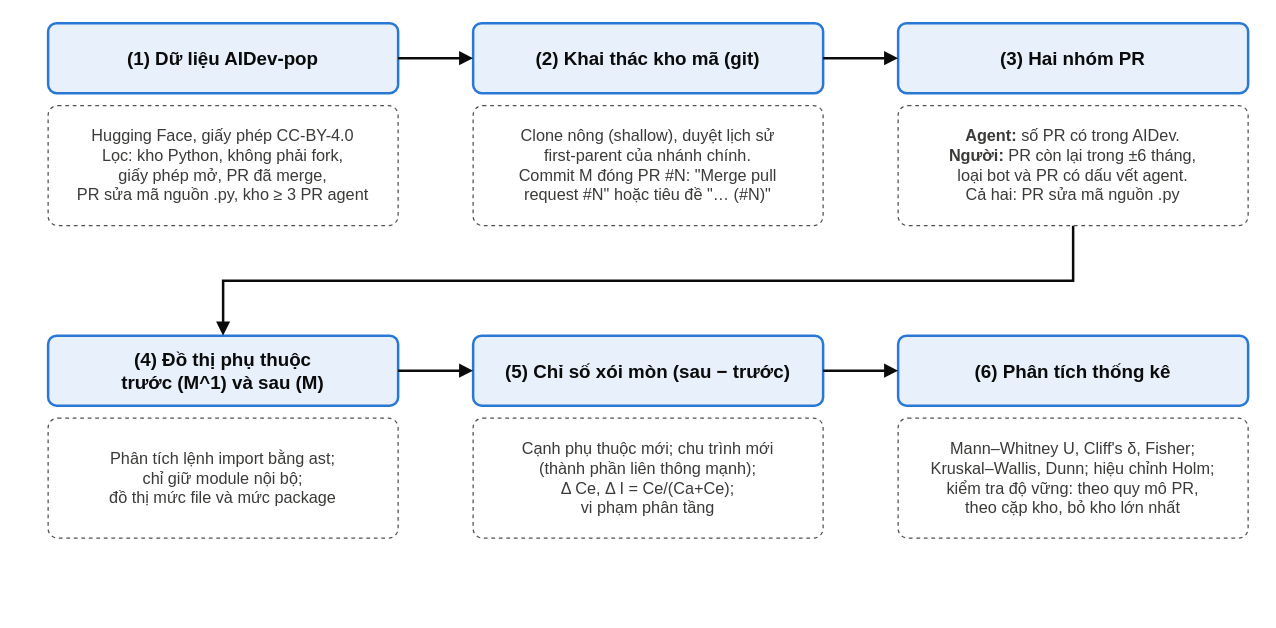
Above: results/figures/src/fig1_pipeline.drawio in Russell1817/XOI-MON-KIEN-TRUC-DO-AI-AGENT (draw.io), before the change. Source tidied: cells renumbered, new cells numbered last; positions are measured from the earlier drawing's top-left corner, leaving out a move shared by most shapes. Both pictures are drawn from the tidied source at 125%, with x=0, y=0 at pixel (48, 22).
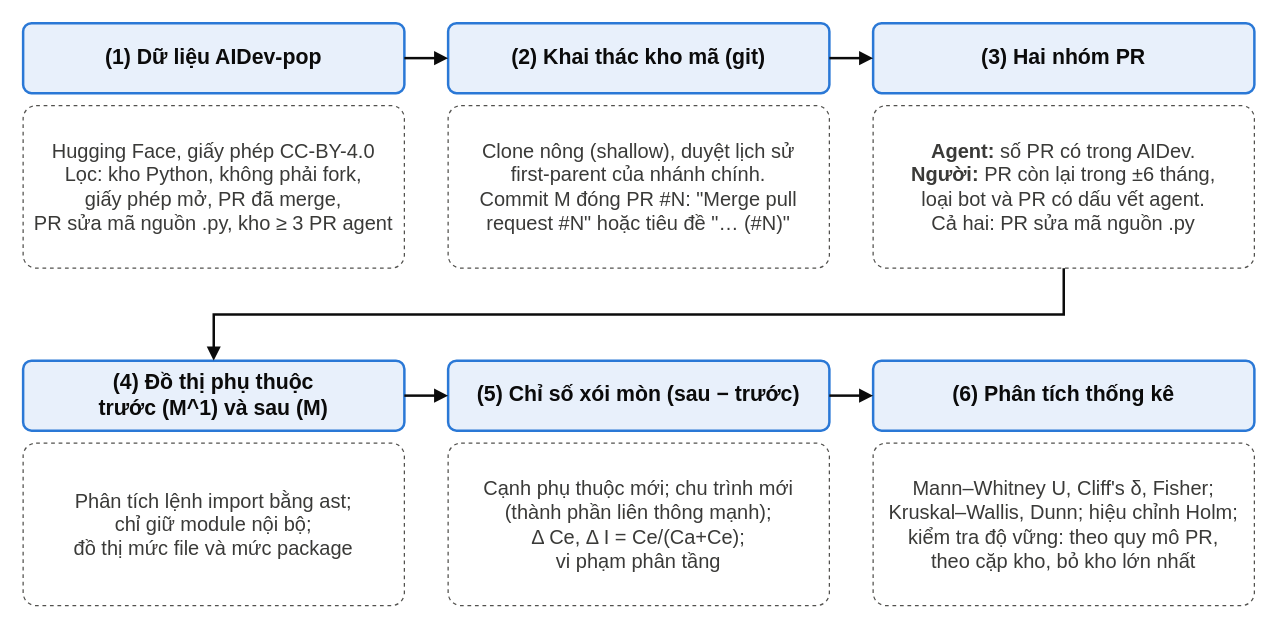
The same diagram, later.

The edit, as a diff of the source:
```diff
@@
-    <mxCell id="2" value="&lt;b&gt;(1) Dữ liệu AIDev-pop&lt;/b&gt;" style="rounded=1;whiteSpace=wrap;html=1;arcSize=12;fillColor=#E8F0FB;strokeColor=#2A78D6;strokeWidth=2;fontFamily=Arial;fontSize=15;fontColor=#0B0B0B;" parent="1" vertex="1">
-      <mxGeometry width="280" height="56" as="geometry" />
+    <mxCell id="2" value="&lt;b&gt;(1) Dữ liệu AIDev-pop&lt;/b&gt;" style="rounded=1;whiteSpace=wrap;html=1;arcSize=12;fillColor=#E8F0FB;strokeColor=#2A78D6;strokeWidth=2;fontFamily=Arial;fontSize=17;fontColor=#0B0B0B;" parent="1" vertex="1">
+      <mxGeometry x="-20" width="305" height="56" as="geometry" />
     </mxCell>
-    <mxCell id="3" value="Hugging Face, giấy phép CC-BY-4.0&lt;br&gt;Lọc: kho Python, không phải fork,&lt;br&gt;giấy phép mở, PR đã merge,&lt;br&gt;PR sửa mã nguồn .py, kho ≥ 3 PR agent" style="rounded=1;whiteSpace=wrap;html=1;arcSize=8;fillColor=#FFFFFF;strokeColor=#52514E;dashed=1;fontFamily=Arial;fontSize=13;fontColor=#3A3A38;align=center;" parent="1" vertex="1">
-      <mxGeometry y="66" width="280" height="96" as="geometry" />
+    <mxCell id="3" value="Hugging Face, giấy phép CC-BY-4.0&lt;br&gt;Lọc: kho Python, không phải fork,&lt;br&gt;giấy phép mở, PR đã merge,&lt;br&gt;PR sửa mã nguồn .py, kho ≥ 3 PR agent" style="rounded=1;whiteSpace=wrap;html=1;arcSize=8;fillColor=#FFFFFF;strokeColor=#52514E;dashed=1;fontFamily=Arial;fontSize=16;fontColor=#3A3A38;align=center;" parent="1" vertex="1">
+      <mxGeometry x="-20" y="66" width="305" height="130" as="geometry" />
     </mxCell>
-    <mxCell id="4" value="&lt;b&gt;(2) Khai thác kho mã (git)&lt;/b&gt;" style="rounded=1;whiteSpace=wrap;html=1;arcSize=12;fillColor=#E8F0FB;strokeColor=#2A78D6;strokeWidth=2;fontFamily=Arial;fontSize=15;fontColor=#0B0B0B;" parent="1" vertex="1">
-      <mxGeometry x="340" width="280" height="56" as="geometry" />
+    <mxCell id="4" value="&lt;b&gt;(2) Khai thác kho mã (git)&lt;/b&gt;" style="rounded=1;whiteSpace=wrap;html=1;arcSize=12;fillColor=#E8F0FB;strokeColor=#2A78D6;strokeWidth=2;fontFamily=Arial;fontSize=17;fontColor=#0B0B0B;" parent="1" vertex="1">
+      <mxGeometry x="320" width="305" height="56" as="geometry" />
     </mxCell>
-    <mxCell id="5" value="Clone nông (shallow), duyệt lịch sử&lt;br&gt;first-parent của nhánh chính.&lt;br&gt;Commit M đóng PR #N: &quot;Merge pull&lt;br&gt;request #N&quot; hoặc tiêu đề &quot;… (#N)&quot;" style="rounded=1;whiteSpace=wrap;html=1;arcSize=8;fillColor=#FFFFFF;strokeColor=#52514E;dashed=1;fontFamily=Arial;fontSize=13;fontColor=#3A3A38;" parent="1" vertex="1">
-      <mxGeometry x="340" y="66" width="280" height="96" as="geometry" />
+    <mxCell id="5" value="Clone nông (shallow), duyệt lịch sử&lt;br&gt;first-parent của nhánh chính.&lt;br&gt;Commit M đóng PR #N: &quot;Merge pull&lt;br&gt;request #N&quot; hoặc tiêu đề &quot;… (#N)&quot;" style="rounded=1;whiteSpace=wrap;html=1;arcSize=8;fillColor=#FFFFFF;strokeColor=#52514E;dashed=1;fontFamily=Arial;fontSize=16;fontColor=#3A3A38;" parent="1" vertex="1">
+      <mxGeometry x="320" y="66" width="305" height="130" as="geometry" />
     </mxCell>
-    <mxCell id="6" value="&lt;b&gt;(3) Hai nhóm PR&lt;/b&gt;" style="rounded=1;whiteSpace=wrap;html=1;arcSize=12;fillColor=#E8F0FB;strokeColor=#2A78D6;strokeWidth=2;fontFamily=Arial;fontSize=15;fontColor=#0B0B0B;" parent="1" vertex="1">
-      <mxGeometry x="680" width="280" height="56" as="geometry" />
+    <mxCell id="6" value="&lt;b&gt;(3) Hai nhóm PR&lt;/b&gt;" style="rounded=1;whiteSpace=wrap;html=1;arcSize=12;fillColor=#E8F0FB;strokeColor=#2A78D6;strokeWidth=2;fontFamily=Arial;fontSize=17;fontColor=#0B0B0B;" parent="1" vertex="1">
+      <mxGeometry x="660" width="305" height="56" as="geometry" />
     </mxCell>
-    <mxCell id="7" value="&lt;b&gt;Agent:&lt;/b&gt; số PR có trong AIDev.&lt;br&gt;&lt;b&gt;Người:&lt;/b&gt; PR còn lại trong ±6 tháng,&lt;br&gt;loại bot và PR có dấu vết agent.&lt;br&gt;Cả hai: PR sửa mã nguồn .py" style="rounded=1;whiteSpace=wrap;html=1;arcSize=8;fillColor=#FFFFFF;strokeColor=#52514E;dashed=1;fontFamily=Arial;fontSize=13;fontColor=#3A3A38;" parent="1" vertex="1">
-      <mxGeometry x="680" y="66" width="280" height="96" as="geometry" />
+    <mxCell id="7" value="&lt;b&gt;Agent:&lt;/b&gt; số PR có trong AIDev.&lt;br&gt;&lt;b&gt;Người:&lt;/b&gt; PR còn lại trong ±6 tháng,&lt;br&gt;loại bot và PR có dấu vết agent.&lt;br&gt;Cả hai: PR sửa mã nguồn .py" style="rounded=1;whiteSpace=wrap;html=1;arcSize=8;fillColor=#FFFFFF;strokeColor=#52514E;dashed=1;fontFamily=Arial;fontSize=16;fontColor=#3A3A38;" parent="1" vertex="1">
+      <mxGeometry x="660" y="66" width="305" height="130" as="geometry" />
     </mxCell>
-    <mxCell id="8" value="&lt;b&gt;(4) Đồ thị phụ thuộc&lt;br&gt;trước (M^1) và sau (M)&lt;/b&gt;" style="rounded=1;whiteSpace=wrap;html=1;arcSize=12;fillColor=#E8F0FB;strokeColor=#2A78D6;strokeWidth=2;fontFamily=Arial;fontSize=15;fontColor=#0B0B0B;" parent="1" vertex="1">
-      <mxGeometry y="250" width="280" height="56" as="geometry" />
+    <mxCell id="8" value="&lt;b&gt;(4) Đồ thị phụ thuộc&lt;br&gt;trước (M^1) và sau (M)&lt;/b&gt;" style="rounded=1;whiteSpace=wrap;html=1;arcSize=12;fillColor=#E8F0FB;strokeColor=#2A78D6;strokeWidth=2;fontFamily=Arial;fontSize=17;fontColor=#0B0B0B;" parent="1" vertex="1">
+      <mxGeometry x="-20" y="270" width="305" height="56" as="geometry" />
     </mxCell>
-    <mxCell id="9" value="Phân tích lệnh import bằng ast;&lt;br&gt;chỉ giữ module nội bộ;&lt;br&gt;đồ thị mức file và mức package" style="rounded=1;whiteSpace=wrap;html=1;arcSize=8;fillColor=#FFFFFF;strokeColor=#52514E;dashed=1;fontFamily=Arial;fontSize=13;fontColor=#3A3A38;" parent="1" vertex="1">
-      <mxGeometry y="316" width="280" height="96" as="geometry" />
+    <mxCell id="9" value="Phân tích lệnh import bằng ast;&lt;br&gt;chỉ giữ module nội bộ;&lt;br&gt;đồ thị mức file và mức package" style="rounded=1;whiteSpace=wrap;html=1;arcSize=8;fillColor=#FFFFFF;strokeColor=#52514E;dashed=1;fontFamily=Arial;fontSize=16;fontColor=#3A3A38;" parent="1" vertex="1">
+      <mxGeometry x="-20" y="336" width="305" height="130" as="geometry" />
     </mxCell>
-    <mxCell id="10" value="&lt;b&gt;(5) Chỉ số xói mòn (sau − trước)&lt;/b&gt;" style="rounded=1;whiteSpace=wrap;html=1;arcSize=12;fillColor=#E8F0FB;strokeColor=#2A78D6;strokeWidth=2;fontFamily=Arial;fontSize=15;fontColor=#0B0B0B;" parent="1" vertex="1">
-      <mxGeometry x="340" y="250" width="280" height="56" as="geometry" />
+    <mxCell id="10" value="&lt;b&gt;(5) Chỉ số xói mòn (sau − trước)&lt;/b&gt;" style="rounded=1;whiteSpace=wrap;html=1;arcSize=12;fillColor=#E8F0FB;strokeColor=#2A78D6;strokeWidth=2;fontFamily=Arial;fontSize=17;fontColor=#0B0B0B;" parent="1" vertex="1">
+      <mxGeometry x="320" y="270" width="305" height="56" as="geometry" />
     </mxCell>
-    <mxCell id="11" value="Cạnh phụ thuộc mới; chu trình mới&lt;br&gt;(thành phần liên thông mạnh);&lt;br&gt;Δ Ce, Δ I = Ce/(Ca+Ce);&lt;br&gt;vi phạm phân tầng" style="rounded=1;whiteSpace=wrap;html=1;arcSize=8;fillColor=#FFFFFF;strokeColor=#52514E;dashed=1;fontFamily=Arial;fontSize=13;fontColor=#3A3A38;" parent="1" vertex="1">
-      <mxGeometry x="340" y="316" width="280" height="96" as="geometry" />
+    <mxCell id="11" value="Cạnh phụ thuộc mới; chu trình mới&lt;br&gt;(thành phần liên thông mạnh);&lt;br&gt;Δ Ce, Δ I = Ce/(Ca+Ce);&lt;br&gt;vi phạm phân tầng" style="rounded=1;whiteSpace=wrap;html=1;arcSize=8;fillColor=#FFFFFF;strokeColor=#52514E;dashed=1;fontFamily=Arial;fontSize=16;fontColor=#3A3A38;" parent="1" vertex="1">
+      <mxGeometry x="320" y="336" width="305" height="130" as="geometry" />
     </mxCell>
-    <mxCell id="12" value="&lt;b&gt;(6) Phân tích thống kê&lt;/b&gt;" style="rounded=1;whiteSpace=wrap;html=1;arcSize=12;fillColor=#E8F0FB;strokeColor=#2A78D6;strokeWidth=2;fontFamily=Arial;fontSize=15;fontColor=#0B0B0B;" parent="1" vertex="1">
-      <mxGeometry x="680" y="250" width="280" height="56" as="geometry" />
+    <mxCell id="12" value="&lt;b&gt;(6) Phân tích thống kê&lt;/b&gt;" style="rounded=1;whiteSpace=wrap;html=1;arcSize=12;fillColor=#E8F0FB;strokeColor=#2A78D6;strokeWidth=2;fontFamily=Arial;fontSize=17;fontColor=#0B0B0B;" parent="1" vertex="1">
+      <mxGeometry x="660" y="270" width="305" height="56" as="geometry" />
     </mxCell>
-    <mxCell id="13" value="Mann–Whitney U, Cliff's δ, Fisher;&lt;br&gt;Kruskal–Wallis, Dunn; hiệu chỉnh Holm;&lt;br&gt;kiểm tra độ vững: theo quy mô PR,&lt;br&gt;theo cặp kho, bỏ kho lớn nhất" style="rounded=1;whiteSpace=wrap;html=1;arcSize=8;fillColor=#FFFFFF;strokeColor=#52514E;dashed=1;fontFamily=Arial;fontSize=13;fontColor=#3A3A38;" parent="1" vertex="1">
-      <mxGeometry x="680" y="316" width="280" height="96" as="geometry" />
+    <mxCell id="13" value="Mann–Whitney U, Cliff's δ, Fisher;&lt;br&gt;Kruskal–Wallis, Dunn; hiệu chỉnh Holm;&lt;br&gt;kiểm tra độ vững: theo quy mô PR,&lt;br&gt;theo cặp kho, bỏ kho lớn nhất" style="rounded=1;whiteSpace=wrap;html=1;arcSize=8;fillColor=#FFFFFF;strokeColor=#52514E;dashed=1;fontFamily=Arial;fontSize=16;fontColor=#3A3A38;" parent="1" vertex="1">
+      <mxGeometry x="660" y="336" width="305" height="130" as="geometry" />
     </mxCell>
@@
     <mxCell id="16" style="edgeStyle=orthogonalEdgeStyle;rounded=0;html=1;endArrow=block;endFill=1;strokeWidth=2;strokeColor=#0B0B0B;exitX=0.5;exitY=1;exitDx=0;exitDy=0;entryX=0.5;entryY=0;entryDx=0;entryDy=0;" parent="1" edge="1" source="7" target="8">
       <mxGeometry relative="1" as="geometry">
         <Array as="points">
-          <mxPoint x="820" y="206" />
-          <mxPoint x="140" y="206" />
+          <mxPoint x="812" y="233" />
+          <mxPoint x="132" y="233" />
         </Array>
       </mxGeometry>
     </mxCell>
```
